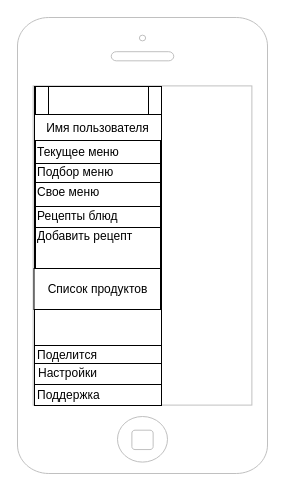
This is page "Page-1" (2 of 9) of Untitled Diagram.drawio from Sans321/jojo, a draw.io file, before an edit. Source tidied: cells renumbered, new cells numbered last; positions are measured from the earlier drawing's top-left corner, leaving out a move shared by most shapes. Both pictures are drawn from the tidied source at 100%, with x=0, y=0 at pixel (17, 17).
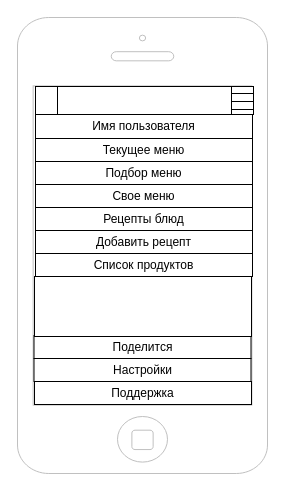
After the change.

Change to the diagram source:
```diff
@@
-    <mxCell id="3" style="rounded=0;whiteSpace=wrap;html=1;" parent="1" vertex="1">
-      <mxGeometry x="17" y="69" width="127" height="319" as="geometry" />
-    </mxCell>
+    <mxCell id="5" style="shape=process;whiteSpace=wrap;html=1;backgroundOutline=1;" parent="1" vertex="1">
+      <mxGeometry x="18" y="69" width="218" height="28" as="geometry" />
+    </mxCell>
-    <mxCell id="4" value="Имя пользователя" style="text;html=1;strokeColor=none;fillColor=none;align=center;verticalAlign=middle;whiteSpace=wrap;rounded=0;" parent="1" vertex="1">
-      <mxGeometry x="17" y="101" width="127" height="20" as="geometry" />
+    <mxCell id="4" value="&lt;span&gt;Имя пользователя&lt;/span&gt;" style="rounded=0;whiteSpace=wrap;html=1;align=center;" parent="1" vertex="1">
+      <mxGeometry x="18" y="97" width="217" height="24" as="geometry" />
     </mxCell>
-    <mxCell id="5" style="shape=process;whiteSpace=wrap;html=1;backgroundOutline=1;" parent="1" vertex="1">
-      <mxGeometry x="18" y="69" width="126" height="28" as="geometry" />
-    </mxCell>
-    <mxCell id="6" style="rounded=0;whiteSpace=wrap;html=1;" parent="1" vertex="1">
-      <mxGeometry x="18" y="123" width="125" height="66" as="geometry" />
-    </mxCell>
-    <mxCell id="7" value="Текущее меню" style="text;html=1;strokeColor=none;fillColor=none;align=left;verticalAlign=middle;whiteSpace=wrap;rounded=0;" parent="1" vertex="1">
-      <mxGeometry x="18" y="125" width="124" height="20" as="geometry" />
+    <mxCell id="7" value="&lt;span&gt;Текущее меню&lt;/span&gt;" style="rounded=0;whiteSpace=wrap;html=1;align=center;" parent="1" vertex="1">
+      <mxGeometry x="18" y="121" width="217" height="23" as="geometry" />
     </mxCell>
-    <mxCell id="8" value="Подбор меню" style="text;html=1;strokeColor=none;fillColor=none;align=left;verticalAlign=middle;whiteSpace=wrap;rounded=0;" parent="1" vertex="1">
-      <mxGeometry x="18" y="145" width="125" height="20" as="geometry" />
+    <mxCell id="8" value="&lt;span&gt;Подбор меню&lt;/span&gt;" style="rounded=0;whiteSpace=wrap;html=1;align=center;" parent="1" vertex="1">
+      <mxGeometry x="18" y="144" width="217" height="23" as="geometry" />
     </mxCell>
-    <mxCell id="9" value="Свое меню" style="text;html=1;strokeColor=none;fillColor=none;align=left;verticalAlign=middle;whiteSpace=wrap;rounded=0;" parent="1" vertex="1">
-      <mxGeometry x="18" y="165" width="126" height="20" as="geometry" />
+    <mxCell id="9" value="&lt;span style=&quot;text-align: left&quot;&gt;Свое меню&lt;/span&gt;" style="rounded=0;whiteSpace=wrap;html=1;" parent="1" vertex="1">
+      <mxGeometry x="18" y="167" width="217" height="23" as="geometry" />
     </mxCell>
-    <mxCell id="10" style="rounded=0;whiteSpace=wrap;html=1;" parent="1" vertex="1">
-      <mxGeometry x="18" y="189" width="125" height="64" as="geometry" />
-    </mxCell>
-    <mxCell id="11" value="Рецепты блюд" style="text;html=1;strokeColor=none;fillColor=none;align=left;verticalAlign=middle;whiteSpace=wrap;rounded=0;" parent="1" vertex="1">
-      <mxGeometry x="18" y="189" width="122" height="20" as="geometry" />
+    <mxCell id="11" value="&lt;span style=&quot;text-align: left&quot;&gt;Рецепты блюд&lt;/span&gt;" style="rounded=0;whiteSpace=wrap;html=1;" parent="1" vertex="1">
+      <mxGeometry x="18" y="190" width="217" height="23" as="geometry" />
     </mxCell>
-    <mxCell id="12" value="Добавить рецепт" style="text;html=1;strokeColor=none;fillColor=none;align=left;verticalAlign=middle;whiteSpace=wrap;rounded=0;" parent="1" vertex="1">
-      <mxGeometry x="18" y="209" width="123" height="20" as="geometry" />
+    <mxCell id="12" value="&lt;span style=&quot;text-align: left&quot;&gt;Добавить рецепт&lt;/span&gt;" style="rounded=0;whiteSpace=wrap;html=1;" parent="1" vertex="1">
+      <mxGeometry x="18" y="213" width="217" height="23" as="geometry" />
     </mxCell>
-    <mxCell id="13" style="rounded=0;whiteSpace=wrap;html=1;" parent="1" vertex="1">
-      <mxGeometry x="17" y="328" width="127" height="60" as="geometry" />
-    </mxCell>
-    <mxCell id="14" value="Поделится" style="text;html=1;strokeColor=none;fillColor=none;align=left;verticalAlign=middle;whiteSpace=wrap;rounded=0;" parent="1" vertex="1">
-      <mxGeometry x="18" y="328" width="125" height="20" as="geometry" />
-    </mxCell>
+    <mxCell id="22" value="&lt;span&gt;Список продуктов&lt;/span&gt;" style="rounded=0;whiteSpace=wrap;html=1;" parent="1" vertex="1">
+      <mxGeometry x="18" y="236" width="217" height="23" as="geometry" />
+    </mxCell>
-    <mxCell id="15" value="Настройки" style="text;html=1;strokeColor=none;fillColor=none;align=left;verticalAlign=middle;whiteSpace=wrap;rounded=0;" parent="1" vertex="1">
-      <mxGeometry x="19" y="346" width="125" height="20" as="geometry" />
+    <mxCell id="15" value="&lt;span style=&quot;text-align: left&quot;&gt;Настройки&lt;/span&gt;" style="rounded=0;whiteSpace=wrap;html=1;" parent="1" vertex="1">
+      <mxGeometry x="16.5" y="341" width="217" height="23" as="geometry" />
     </mxCell>
-    <mxCell id="16" value="Поддержка" style="text;html=1;strokeColor=none;fillColor=none;align=left;verticalAlign=middle;whiteSpace=wrap;rounded=0;" parent="1" vertex="1">
-      <mxGeometry x="18" y="368" width="125" height="20" as="geometry" />
+    <mxCell id="16" value="&lt;span style=&quot;text-align: left&quot;&gt;Поддержка&lt;/span&gt;" style="rounded=0;whiteSpace=wrap;html=1;" parent="1" vertex="1">
+      <mxGeometry x="17" y="364" width="217" height="23" as="geometry" />
     </mxCell>
-    <mxCell id="17" style="line;strokeWidth=1;dashed=0;labelPosition=right;align=left;verticalAlign=middle;spacingTop=0;spacingLeft=6;" parent="1" vertex="1">
-      <mxGeometry x="17" y="341" width="127" height="10" as="geometry" />
-    </mxCell>
-    <mxCell id="18" style="line;strokeWidth=1;dashed=0;labelPosition=right;align=left;verticalAlign=middle;spacingTop=0;spacingLeft=6;" parent="1" vertex="1">
-      <mxGeometry x="17" y="362" width="127" height="10" as="geometry" />
-    </mxCell>
-    <mxCell id="19" style="line;strokeWidth=1;dashed=0;labelPosition=right;align=left;verticalAlign=middle;spacingTop=0;spacingLeft=6;" parent="1" vertex="1">
-      <mxGeometry x="17.5" y="205" width="127" height="10" as="geometry" />
-    </mxCell>
-    <mxCell id="20" style="line;strokeWidth=1;dashed=0;labelPosition=right;align=left;verticalAlign=middle;spacingTop=0;spacingLeft=6;" parent="1" vertex="1">
-      <mxGeometry x="17.5" y="160" width="127" height="10" as="geometry" />
-    </mxCell>
-    <mxCell id="21" style="line;strokeWidth=1;dashed=0;labelPosition=right;align=left;verticalAlign=middle;spacingTop=0;spacingLeft=6;" parent="1" vertex="1">
-      <mxGeometry x="16.5" y="141" width="127" height="10" as="geometry" />
-    </mxCell>
-    <mxCell id="22" value="Список продуктов" style="rounded=0;whiteSpace=wrap;html=1;" parent="1" vertex="1">
-      <mxGeometry x="16.5" y="251" width="126.5" height="41" as="geometry" />
-    </mxCell>
+    <mxCell id="23" style="line;strokeWidth=1;fillColor=none;align=left;verticalAlign=middle;spacingTop=-1;spacingLeft=3;spacingRight=3;labelPosition=right;" parent="1" vertex="1">
+      <mxGeometry x="214.5" y="72" width="21.5" height="8" as="geometry" />
+    </mxCell>
+    <mxCell id="24" style="line;strokeWidth=1;fillColor=none;align=left;verticalAlign=middle;spacingTop=-1;spacingLeft=3;spacingRight=3;labelPosition=right;" parent="1" vertex="1">
+      <mxGeometry x="214.5" y="80" width="21.5" height="8" as="geometry" />
+    </mxCell>
+    <mxCell id="25" style="line;strokeWidth=1;fillColor=none;align=left;verticalAlign=middle;spacingTop=-1;spacingLeft=3;spacingRight=3;labelPosition=right;" parent="1" vertex="1">
+      <mxGeometry x="214.5" y="88" width="21.5" height="8" as="geometry" />
+    </mxCell>
+    <mxCell id="14" value="&lt;span style=&quot;text-align: left&quot;&gt;Поделится&lt;/span&gt;" style="rounded=0;whiteSpace=wrap;html=1;" parent="1" vertex="1">
+      <mxGeometry x="16.5" y="318" width="217" height="23" as="geometry" />
+    </mxCell>
+    <mxCell id="26" style="rounded=0;whiteSpace=wrap;html=1;" parent="1" vertex="1">
+      <mxGeometry x="17" y="259" width="217" height="60" as="geometry" />
+    </mxCell>
```
